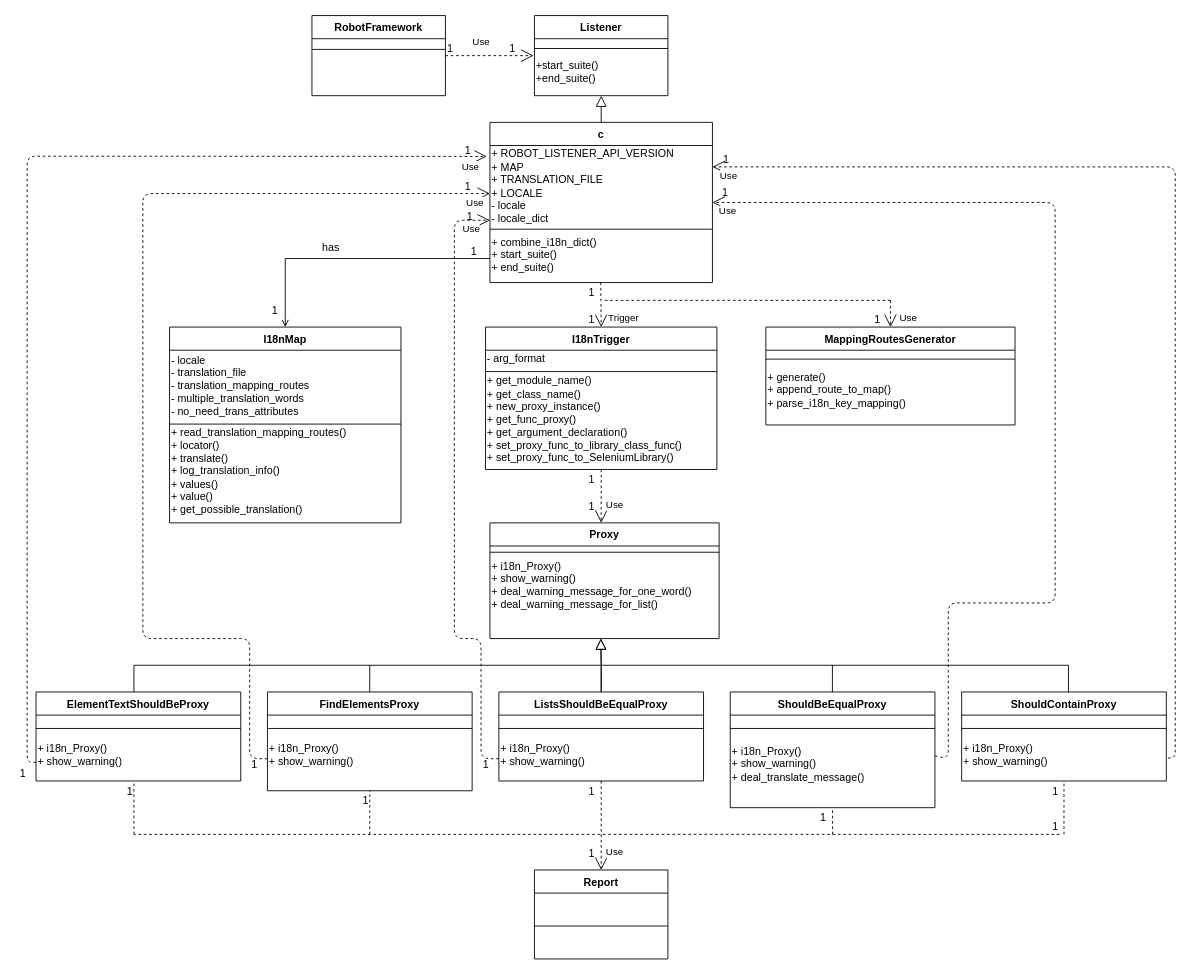
This is page "第一版i18n class diagram" (3 of 7) of UML/i18n class diagram.drawio from Rexmen/i18n, a draw.io file, before an edit. Source tidied: cells renumbered, new cells numbered last; positions are measured from the earlier drawing's top-left corner, leaving out a move shared by most shapes. Both pictures are drawn from the tidied source at 89%, with x=0, y=0 at pixel (27, 15).
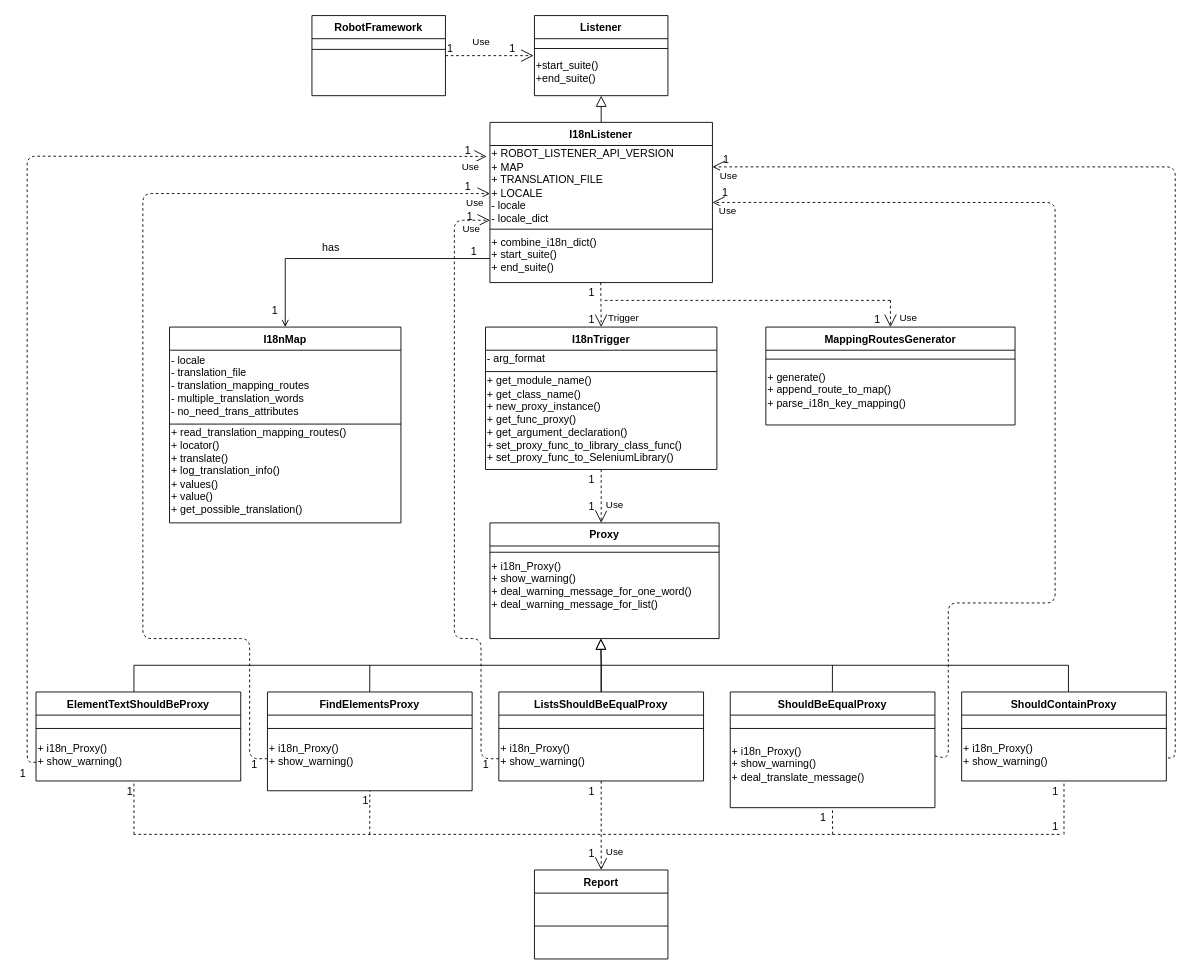
The same diagram, later.

Diff of the diagram source:
```diff
@@
-    <mxCell id="2" value="c" style="swimlane;fontStyle=1;align=center;verticalAlign=top;horizontal=1;startSize=26;rounded=0;shadow=0;strokeWidth=1;" parent="1" vertex="1">
+    <mxCell id="2" value="I18nListener" style="swimlane;fontStyle=1;align=center;verticalAlign=top;horizontal=1;startSize=26;rounded=0;shadow=0;strokeWidth=1;" parent="1" vertex="1">
       <mxGeometry x="520" y="120" width="250" height="180" as="geometry" />
     </mxCell>
```
